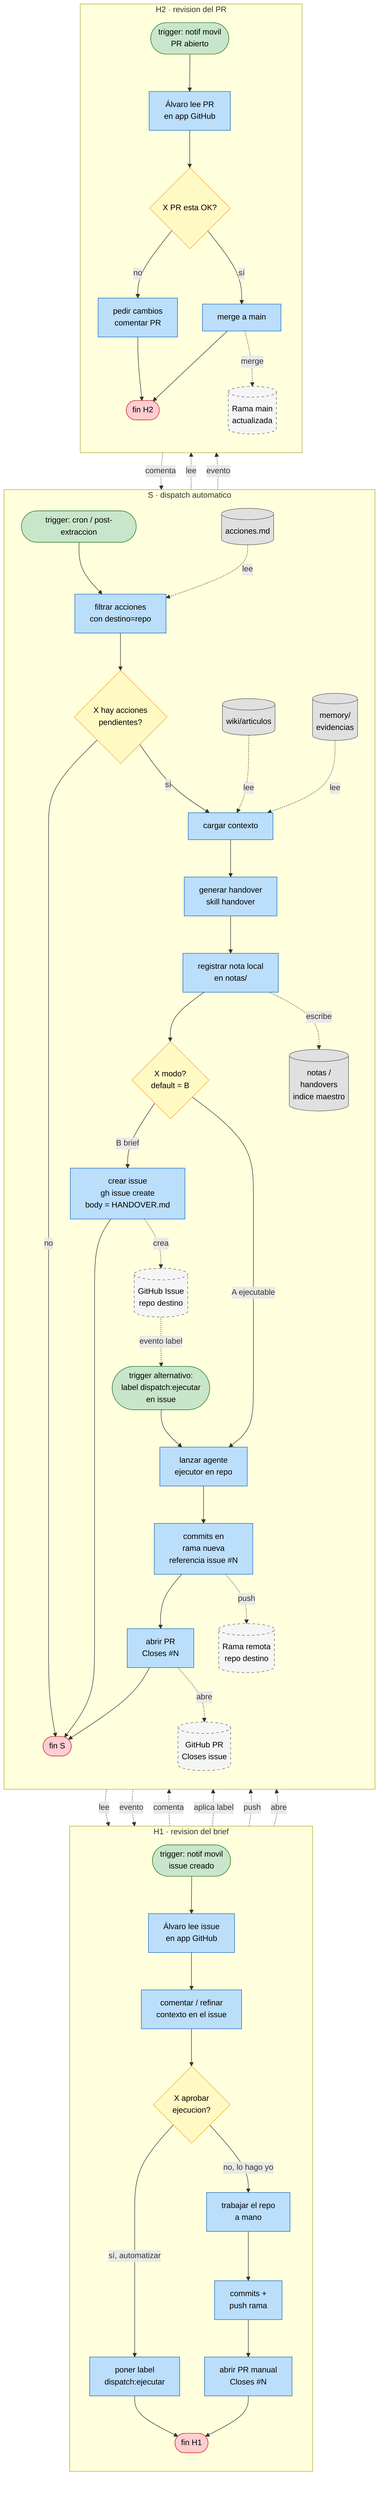
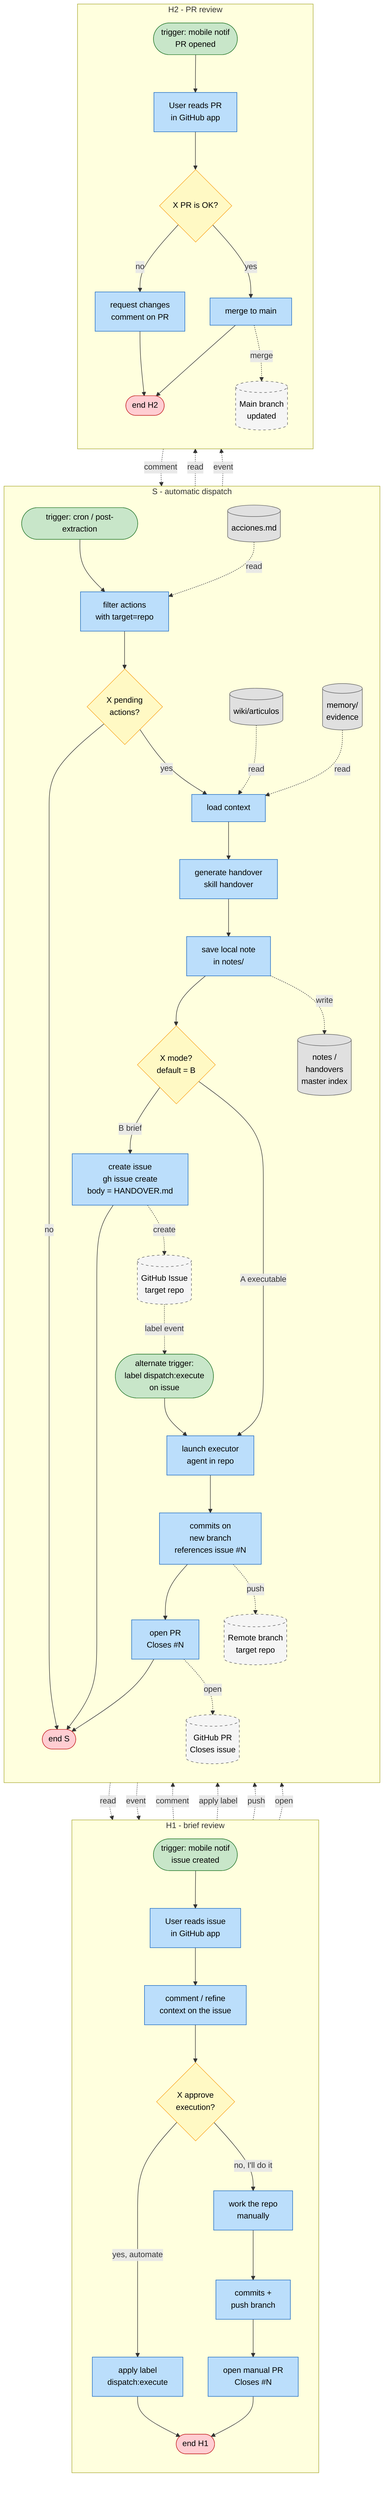
flowchart TB

- %% Modulo 3 - Dispatch / Handover (flowchart nivel 2)
- %% Tres procesos coreografiados:
- %%   S  - dispatch automatico (modo A o B)
- %%   H1 - revision humana del brief (issue)
- %%   H2 - revision humana del PR
- %% Leyenda:
- %%   [paso]            proceso
- %%   {X condicion?}    gateway exclusivo - una rama
- %%   {+ paralelo}      gateway paralelo - fork/join todas las ramas
- %%   {O opcion}        gateway inclusivo - una o mas ramas
- %%   ([trigger])       inicio/fin
- %%   [(store)]         data store persistente interno
- %%   [(store)] dashed  data store persistente externo (Gmail, GitHub, etc.)
- %%   [/evento/]        evento o mensaje transitorio (one-shot)
- %%   -->               flujo de control (orden de ejecucion)
- %%   -.->              flujo de datos / mensaje entre procesos
+ %% Module 3 - Dispatch / Handover (level 2 flowchart)
+ %% Three choreographed processes:
+ %%   S  - automatic dispatch (mode A or B)
+ %%   H1 - human review of the brief (issue)
+ %%   H2 - human review of the PR
+ %% Legend:
+ %%   [step]            process
+ %%   {X condition?}    exclusive gateway - one branch
+ %%   {+ parallel}      parallel gateway - fork/join all branches
+ %%   {O option}        inclusive gateway - one or more branches
+ %%   ([trigger])       start/end
+ %%   [(store)]         persistent internal data store
+ %%   [(store)] dashed  persistent external data store (Gmail, GitHub, etc.)
+ %%   [/event/]         transient event or message (one-shot)
+ %%   -->               control flow (execution order)
+ %%   -.->              data flow / message between processes

    %% ───────────────────────────────────────────────────
-     %% S - Dispatch automatico
+     %% S - Automatic dispatch
    %% ───────────────────────────────────────────────────
-     subgraph S[" S · dispatch automatico "]
+     subgraph S[" S - automatic dispatch "]
        direction TB
-         T([trigger: cron / post-extraccion])
-         T_A([trigger alternativo:<br/>label dispatch:ejecutar<br/>en issue])
-         F[filtrar acciones<br/>con destino=repo]
-         D0{"X hay acciones<br/>pendientes?"}
-         C[cargar contexto]
-         H[generar handover<br/>skill handover]
-         REG_B[registrar nota local<br/>en notas/]
-         DM{"X modo?<br/>default = B"}
+         T([trigger: cron / post-extraction])
+         T_A([alternate trigger:<br/>label dispatch:execute<br/>on issue])
+         F[filter actions<br/>with target=repo]
+         D0{"X pending<br/>actions?"}
+         C[load context]
+         H[generate handover<br/>skill handover]
+         REG_B[save local note<br/>in notes/]
+         DM{"X mode?<br/>default = B"}

-         IB[crear issue<br/>gh issue create<br/>body = HANDOVER.md]
+         IB[create issue<br/>gh issue create<br/>body = HANDOVER.md]

-         EA[lanzar agente<br/>ejecutor en repo]
-         CA[commits en<br/>rama nueva<br/>referencia issue #N]
-         PA[abrir PR<br/>Closes #N]
+         EA[launch executor<br/>agent in repo]
+         CA[commits on<br/>new branch<br/>references issue #N]
+         PA[open PR<br/>Closes #N]

-         END_S([fin S])
+         END_S([end S])

        IN_acc[(acciones.md)]
        IN_wiki[(wiki/articulos)]
-         IN_mem[(memory/<br/>evidencias)]
-         OUT_notas[(notas /<br/>handovers<br/>indice maestro)]
-         OUT_issue[(GitHub Issue<br/>repo destino)]
-         OUT_branch[(Rama remota<br/>repo destino)]
+         IN_mem[(memory/<br/>evidence)]
+         OUT_notas[(notes /<br/>handovers<br/>master index)]
+         OUT_issue[(GitHub Issue<br/>target repo)]
+         OUT_branch[(Remote branch<br/>target repo)]
        OUT_PR[(GitHub PR<br/>Closes issue)]

        T --> F --> D0
        D0 -- no --> END_S
-         D0 -- sí --> C --> H --> REG_B --> DM
+         D0 -- yes --> C --> H --> REG_B --> DM
        DM -- B brief --> IB --> END_S
-         DM -- A ejecutable --> EA --> CA --> PA --> END_S
+         DM -- A executable --> EA --> CA --> PA --> END_S

-         %% arranque alternativo: el modo A puede iniciarse
-         %% directamente desde el label, saltandose F/C/H
+         %% alternate start: mode A can be triggered
+         %% directly from the label, skipping F/C/H
        T_A --> EA

-         IN_acc -. lee .-> F
-         IN_wiki -. lee .-> C
-         IN_mem -. lee .-> C
-         REG_B -. escribe .-> OUT_notas
-         IB -. crea .-> OUT_issue
+         IN_acc -. read .-> F
+         IN_wiki -. read .-> C
+         IN_mem -. read .-> C
+         REG_B -. write .-> OUT_notas
+         IB -. create .-> OUT_issue
        CA -. push .-> OUT_branch
-         PA -. abre .-> OUT_PR
+         PA -. open .-> OUT_PR
    end

    %% ───────────────────────────────────────────────────
-     %% H1 - Revision humana del brief (issue)
+     %% H1 - Human review of the brief (issue)
    %% ───────────────────────────────────────────────────
-     subgraph H1[" H1 · revision del brief "]
+     subgraph H1[" H1 - brief review "]
        direction TB
-         T_H1([trigger: notif movil<br/>issue creado])
-         Read[Álvaro lee issue<br/>en app GitHub]
-         Comment[comentar / refinar<br/>contexto en el issue]
-         D_promo{"X aprobar<br/>ejecucion?"}
-         Trigger_A[poner label<br/>dispatch:ejecutar]
-         ManualWork[trabajar el repo<br/>a mano]
-         PushManual[commits +<br/>push rama]
-         OpenPR[abrir PR manual<br/>Closes #N]
-         END_H1([fin H1])
+         T_H1([trigger: mobile notif<br/>issue created])
+         Read[User reads issue<br/>in GitHub app]
+         Comment[comment / refine<br/>context on the issue]
+         D_promo{"X approve<br/>execution?"}
+         Trigger_A[apply label<br/>dispatch:execute]
+         ManualWork[work the repo<br/>manually]
+         PushManual[commits +<br/>push branch]
+         OpenPR[open manual PR<br/>Closes #N]
+         END_H1([end H1])

        T_H1 --> Read --> Comment --> D_promo
-         D_promo -- sí, automatizar --> Trigger_A --> END_H1
-         D_promo -- no, lo hago yo --> ManualWork --> PushManual --> OpenPR --> END_H1
+         D_promo -- yes, automate --> Trigger_A --> END_H1
+         D_promo -- no, I'll do it --> ManualWork --> PushManual --> OpenPR --> END_H1

-         %% datos H1
-         OUT_issue -. lee .-> Read
-         Comment -. comenta .-> OUT_issue
-         Trigger_A -. aplica label .-> OUT_issue
+         %% data H1
+         OUT_issue -. read .-> Read
+         Comment -. comment .-> OUT_issue
+         Trigger_A -. apply label .-> OUT_issue
        PushManual -. push .-> OUT_branch
-         OpenPR -. abre .-> OUT_PR
+         OpenPR -. open .-> OUT_PR
    end

    %% ───────────────────────────────────────────────────
-     %% H2 - Revision humana del PR
+     %% H2 - Human review of the PR
    %% ───────────────────────────────────────────────────
-     subgraph H2[" H2 · revision del PR "]
+     subgraph H2[" H2 - PR review "]
        direction TB
-         T_H2([trigger: notif movil<br/>PR abierto])
-         ReadPR[Álvaro lee PR<br/>en app GitHub]
-         D_pr{"X PR esta OK?"}
-         Merge[merge a main]
-         Request[pedir cambios<br/>comentar PR]
-         END_H2([fin H2])
+         T_H2([trigger: mobile notif<br/>PR opened])
+         ReadPR[User reads PR<br/>in GitHub app]
+         D_pr{"X PR is OK?"}
+         Merge[merge to main]
+         Request[request changes<br/>comment on PR]
+         END_H2([end H2])

-         OUT_main[(Rama main<br/>actualizada)]
+         OUT_main[(Main branch<br/>updated)]

        T_H2 --> ReadPR --> D_pr
-         D_pr -- sí --> Merge --> END_H2
+         D_pr -- yes --> Merge --> END_H2
        D_pr -- no --> Request --> END_H2

-         %% datos H2
-         OUT_PR -. lee .-> ReadPR
+         %% data H2
+         OUT_PR -. read .-> ReadPR
        Merge -. merge .-> OUT_main
-         Request -. comenta .-> OUT_PR
+         Request -. comment .-> OUT_PR
    end

    %% ───────────────────────────────────────────────────
-     %% Coreografia entre procesos (mensajes / eventos)
+     %% Choreography between processes (messages / events)
    %% ───────────────────────────────────────────────────
-     OUT_issue -. evento .-> T_H1
-     OUT_issue -. evento label .-> T_A
-     OUT_PR -. evento .-> T_H2
+     OUT_issue -. event .-> T_H1
+     OUT_issue -. label event .-> T_A
+     OUT_PR -. event .-> T_H2

-     %% --- estilos ---
+     %% --- styles ---
    classDef inicio    fill:#c8e6c9,stroke:#2e7d32,color:#000;
    classDef fin       fill:#ffcdd2,stroke:#c62828,color:#000;
    classDef actividad fill:#bbdefb,stroke:#1565c0,color:#000;
    classDef gateway   fill:#fff9c4,stroke:#f9a825,color:#000;
    classDef io        fill:#e0e0e0,stroke:#616161,color:#000;
    classDef ioExt     fill:#f5f5f5,stroke:#616161,stroke-dasharray:5 5,color:#000;

    class T,T_A,T_H1,T_H2 inicio;
    class END_S,END_H1,END_H2 fin;
    class F,C,H,REG_B,IB,EA,CA,PA,Read,Comment,Trigger_A,ManualWork,PushManual,OpenPR,ReadPR,Merge,Request actividad;
    class D0,DM,D_promo,D_pr gateway;
    class IN_acc,IN_wiki,IN_mem,OUT_notas io;
    class OUT_issue,OUT_branch,OUT_PR,OUT_main ioExt;
